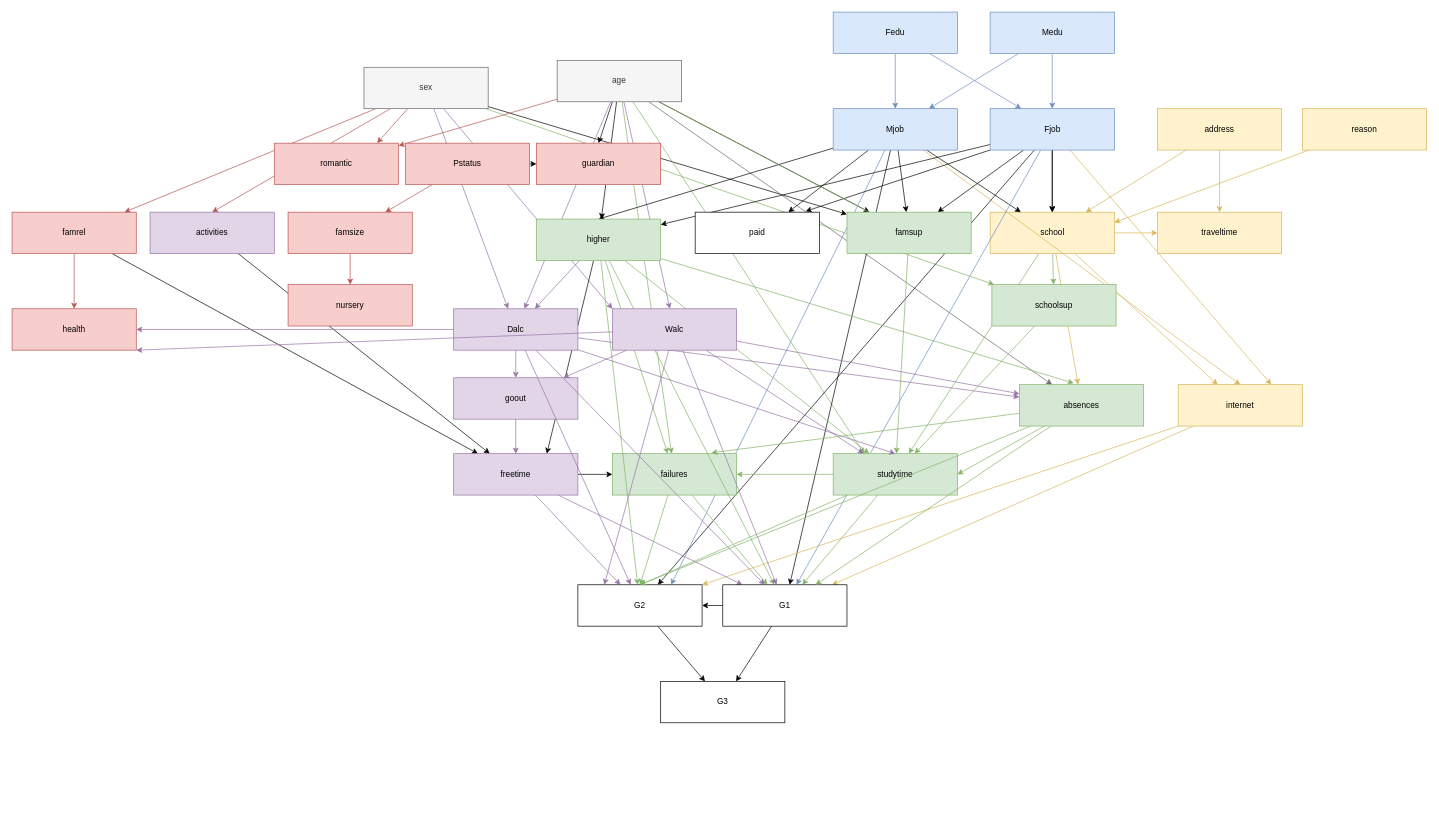
This is page "Page-2" (2 of 5) of doc/graph.drawio from Super-T02/ki-bayesian-networks, a draw.io file, before an edit. Source tidied: cells renumbered, new cells numbered last; positions are measured from the earlier drawing's top-left corner, leaving out a move shared by most shapes. Both pictures are drawn from the tidied source at 69%, with x=0, y=0 at pixel (12, 12).
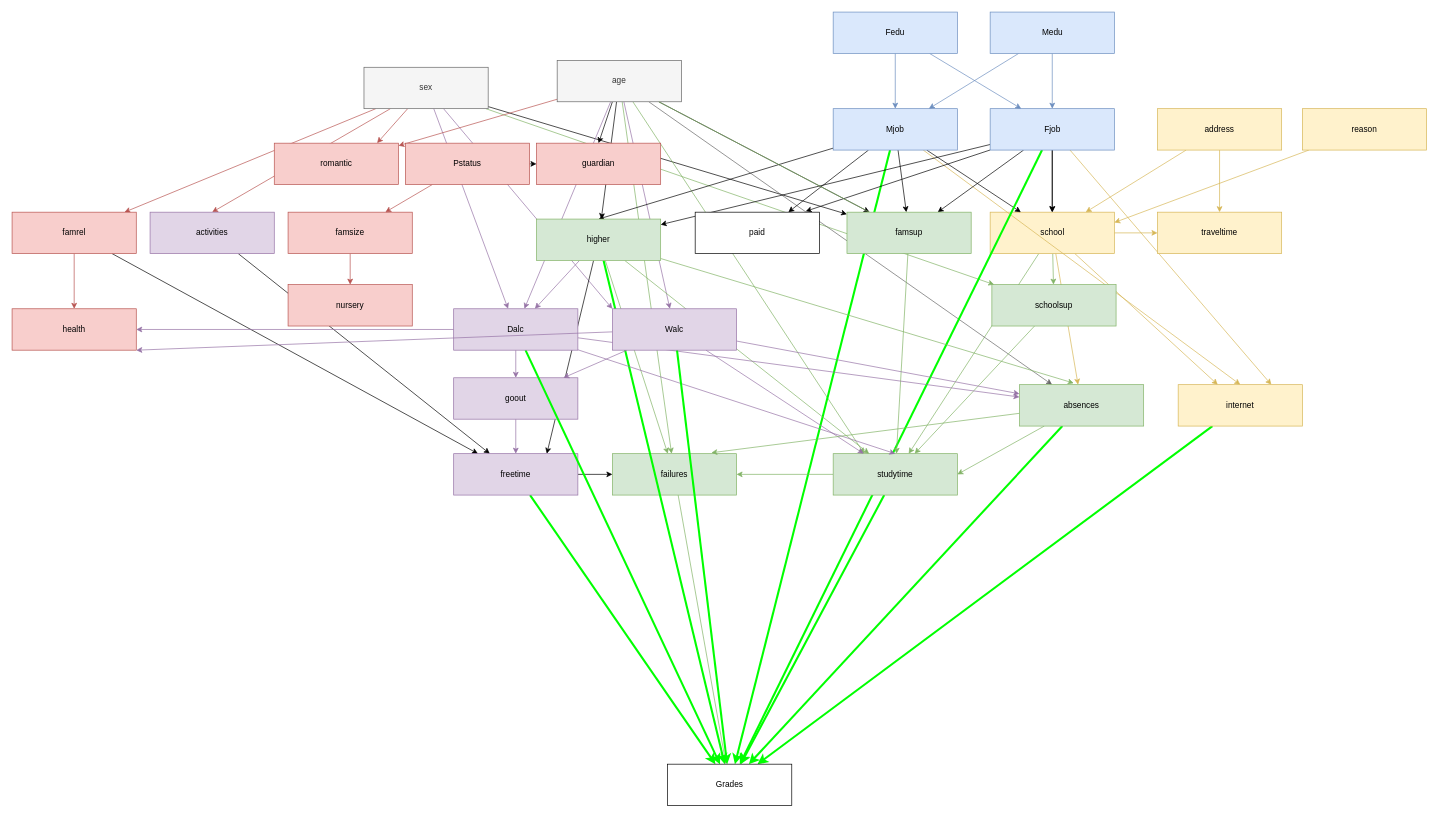
After the change.

Unchanged cells that the change refers to:
```xml
<mxCell id="41" value="Mjob" style="rounded=0;whiteSpace=wrap;html=1;fillColor=#dae8fc;strokeColor=#6c8ebf;" parent="1" vertex="1">
  <mxGeometry x="1190" y="140" width="180" height="60" as="geometry" />
</mxCell>
<mxCell id="50" value="Fjob" style="rounded=0;whiteSpace=wrap;html=1;fillColor=#dae8fc;strokeColor=#6c8ebf;" parent="1" vertex="1">
  <mxGeometry x="1417.5" y="140" width="180" height="60" as="geometry" />
</mxCell>
<mxCell id="64" value="studytime" style="rounded=0;whiteSpace=wrap;html=1;fillColor=#d5e8d4;strokeColor=#82b366;" parent="1" vertex="1">
  <mxGeometry x="1190" y="640" width="180" height="60" as="geometry" />
</mxCell>
<mxCell id="67" value="failures" style="rounded=0;whiteSpace=wrap;html=1;fillColor=#d5e8d4;strokeColor=#82b366;" parent="1" vertex="1">
  <mxGeometry x="870" y="640" width="180" height="60" as="geometry" />
</mxCell>
<mxCell id="82" value="higher" style="rounded=0;whiteSpace=wrap;html=1;fillColor=#d5e8d4;strokeColor=#82b366;" parent="1" vertex="1">
  <mxGeometry x="760" y="300" width="180" height="60" as="geometry" />
</mxCell>
<mxCell id="85" value="internet" style="rounded=0;whiteSpace=wrap;html=1;fillColor=#fff2cc;strokeColor=#d6b656;" parent="1" vertex="1">
  <mxGeometry x="1690" y="540" width="180" height="60" as="geometry" />
</mxCell>
<mxCell id="93" value="freetime" style="rounded=0;whiteSpace=wrap;html=1;fillColor=#e1d5e7;strokeColor=#9673a6;" parent="1" vertex="1">
  <mxGeometry x="640" y="640" width="180" height="60" as="geometry" />
</mxCell>
<mxCell id="102" value="Dalc" style="rounded=0;whiteSpace=wrap;html=1;fillColor=#e1d5e7;strokeColor=#9673a6;" parent="1" vertex="1">
  <mxGeometry x="640" y="430" width="180" height="60" as="geometry" />
</mxCell>
<mxCell id="109" value="Walc" style="rounded=0;whiteSpace=wrap;html=1;fillColor=#e1d5e7;strokeColor=#9673a6;" parent="1" vertex="1">
  <mxGeometry x="870" y="430" width="180" height="60" as="geometry" />
</mxCell>
<mxCell id="121" value="absences" style="rounded=0;whiteSpace=wrap;html=1;fillColor=#d5e8d4;strokeColor=#82b366;" parent="1" vertex="1">
  <mxGeometry x="1460" y="540" width="180" height="60" as="geometry" />
</mxCell>
```

The edit, as a diff of the source:
```diff
@@
-    <mxCell id="39" style="edgeStyle=none;rounded=0;jettySize=auto;html=1;entryX=0.75;entryY=0;entryDx=0;entryDy=0;fillColor=#dae8fc;strokeColor=#6c8ebf;" parent="1" edge="1" source="41" target="115">
-      <mxGeometry relative="1" as="geometry" />
-    </mxCell>
-    <mxCell id="40" style="edgeStyle=none;rounded=0;jettySize=auto;html=1;" parent="1" edge="1" source="41" target="113">
+    <mxCell id="40" style="edgeStyle=none;rounded=0;jettySize=auto;html=1;strokeColor=#00FF00;strokeWidth=3;" parent="1" edge="1" source="41" target="113">
       <mxGeometry relative="1" as="geometry" />
     </mxCell>
@@
-    <mxCell id="48" style="edgeStyle=none;rounded=0;jettySize=auto;html=1;fillColor=#dae8fc;strokeColor=#6c8ebf;" parent="1" edge="1" source="50" target="113">
+    <mxCell id="48" style="edgeStyle=none;rounded=0;jettySize=auto;html=1;fillColor=#dae8fc;strokeColor=#00FF00;strokeWidth=3;" parent="1" edge="1" source="50" target="113">
       <mxGeometry relative="1" as="geometry" />
     </mxCell>
-    <mxCell id="49" style="edgeStyle=none;rounded=0;jettySize=auto;html=1;" parent="1" edge="1" source="50" target="115">
-      <mxGeometry relative="1" as="geometry" />
-    </mxCell>
@@
-    <mxCell id="62" style="edgeStyle=none;rounded=0;jettySize=auto;html=1;fillColor=#d5e8d4;strokeColor=#82b366;" parent="1" edge="1" source="64" target="113">
+    <mxCell id="62" style="edgeStyle=none;rounded=0;jettySize=auto;html=1;fillColor=#d5e8d4;strokeColor=#00FF00;strokeWidth=3;" parent="1" edge="1" source="64" target="113">
       <mxGeometry relative="1" as="geometry" />
     </mxCell>
-    <mxCell id="63" style="edgeStyle=none;rounded=0;jettySize=auto;html=1;entryX=0.5;entryY=0;entryDx=0;entryDy=0;fillColor=#d5e8d4;strokeColor=#82b366;" parent="1" edge="1" source="64" target="115">
-      <mxGeometry relative="1" as="geometry" />
-    </mxCell>
@@
-    <mxCell id="65" style="edgeStyle=none;rounded=0;jettySize=auto;html=1;entryX=0.5;entryY=0;entryDx=0;entryDy=0;fillColor=#d5e8d4;strokeColor=#82b366;" parent="1" edge="1" source="67" target="115">
-      <mxGeometry relative="1" as="geometry" />
-    </mxCell>
@@
-    <mxCell id="80" style="edgeStyle=none;rounded=0;jettySize=auto;html=1;fillColor=#d5e8d4;strokeColor=#82b366;" parent="1" edge="1" source="82" target="115">
-      <mxGeometry relative="1" as="geometry" />
-    </mxCell>
-    <mxCell id="81" style="edgeStyle=none;rounded=0;jettySize=auto;html=1;fillColor=#d5e8d4;strokeColor=#82b366;" parent="1" edge="1" source="82" target="113">
+    <mxCell id="81" style="edgeStyle=none;rounded=0;jettySize=auto;html=1;fillColor=#d5e8d4;strokeColor=#00FF00;strokeWidth=3;" parent="1" edge="1" source="82" target="113">
       <mxGeometry relative="1" as="geometry" />
     </mxCell>
@@
-    <mxCell id="83" style="edgeStyle=none;rounded=0;jettySize=auto;html=1;fillColor=#fff2cc;strokeColor=#d6b656;" parent="1" edge="1" source="85" target="115">
-      <mxGeometry relative="1" as="geometry" />
-    </mxCell>
-    <mxCell id="84" style="edgeStyle=none;rounded=0;jettySize=auto;html=1;fillColor=#fff2cc;strokeColor=#d6b656;" parent="1" edge="1" source="85" target="113">
+    <mxCell id="84" style="edgeStyle=none;rounded=0;jettySize=auto;html=1;fillColor=#fff2cc;strokeColor=#00FF00;strokeWidth=3;" parent="1" edge="1" source="85" target="113">
       <mxGeometry relative="1" as="geometry" />
     </mxCell>
@@
-    <mxCell id="91" style="edgeStyle=none;rounded=0;jettySize=auto;html=1;fillColor=#e1d5e7;strokeColor=#9673a6;" parent="1" edge="1" source="93" target="115">
-      <mxGeometry relative="1" as="geometry" />
-    </mxCell>
-    <mxCell id="92" style="edgeStyle=none;rounded=0;jettySize=auto;html=1;fillColor=#e1d5e7;strokeColor=#9673a6;" parent="1" edge="1" source="93" target="113">
+    <mxCell id="92" style="edgeStyle=none;rounded=0;jettySize=auto;html=1;fillColor=#e1d5e7;strokeColor=#00FF00;strokeWidth=3;" parent="1" edge="1" source="93" target="113">
       <mxGeometry relative="1" as="geometry" />
     </mxCell>
@@
-    <mxCell id="100" style="edgeStyle=none;rounded=0;jettySize=auto;html=1;fillColor=#e1d5e7;strokeColor=#9673a6;" parent="1" edge="1" source="102" target="113">
+    <mxCell id="100" style="edgeStyle=none;rounded=0;jettySize=auto;html=1;fillColor=#e1d5e7;strokeColor=#00FF00;strokeWidth=3;" parent="1" edge="1" source="102" target="113">
       <mxGeometry relative="1" as="geometry" />
     </mxCell>
-    <mxCell id="101" style="edgeStyle=none;rounded=0;jettySize=auto;html=1;fillColor=#e1d5e7;strokeColor=#9673a6;" parent="1" edge="1" source="102" target="115">
-      <mxGeometry relative="1" as="geometry" />
-    </mxCell>
@@
-    <mxCell id="107" style="edgeStyle=none;rounded=0;jettySize=auto;html=1;entryX=0.213;entryY=-0.002;entryDx=0;entryDy=0;entryPerimeter=0;fillColor=#e1d5e7;strokeColor=#9673a6;" parent="1" edge="1" source="109" target="115">
-      <mxGeometry relative="1" as="geometry" />
-    </mxCell>
-    <mxCell id="108" style="edgeStyle=none;rounded=0;jettySize=auto;html=1;fillColor=#e1d5e7;strokeColor=#9673a6;" parent="1" edge="1" source="109" target="113">
+    <mxCell id="108" style="edgeStyle=none;rounded=0;jettySize=auto;html=1;fillColor=#e1d5e7;strokeColor=#00FF00;strokeWidth=3;" parent="1" edge="1" source="109" target="113">
       <mxGeometry relative="1" as="geometry" />
     </mxCell>
@@
-    <mxCell id="111" style="edgeStyle=none;rounded=0;jettySize=auto;html=1;startArrow=none;startFill=0;" parent="1" edge="1" source="113" target="116">
-      <mxGeometry relative="1" as="geometry" />
-    </mxCell>
-    <mxCell id="112" style="edgeStyle=none;rounded=0;jettySize=auto;html=1;" parent="1" edge="1" source="113" target="115">
-      <mxGeometry relative="1" as="geometry" />
-    </mxCell>
-    <mxCell id="113" value="G1" style="rounded=0;whiteSpace=wrap;html=1;" parent="1" vertex="1">
-      <mxGeometry x="1030" y="830" width="180" height="60" as="geometry" />
+    <mxCell id="113" value="Grades" style="rounded=0;whiteSpace=wrap;html=1;" parent="1" vertex="1">
+      <mxGeometry x="950" y="1090" width="180" height="60" as="geometry" />
     </mxCell>
-    <mxCell id="114" style="edgeStyle=none;rounded=0;jettySize=auto;html=1;startArrow=none;startFill=0;" parent="1" edge="1" source="115" target="116">
-      <mxGeometry relative="1" as="geometry" />
-    </mxCell>
-    <mxCell id="115" value="G2" style="rounded=0;whiteSpace=wrap;html=1;" parent="1" vertex="1">
-      <mxGeometry x="820" y="830" width="180" height="60" as="geometry" />
-    </mxCell>
-    <mxCell id="116" value="G3" style="rounded=0;whiteSpace=wrap;html=1;" parent="1" vertex="1">
-      <mxGeometry x="940" y="970" width="180" height="60" as="geometry" />
-    </mxCell>
@@
-    <mxCell id="119" style="edgeStyle=none;rounded=0;jettySize=auto;html=1;fillColor=#d5e8d4;strokeColor=#82b366;" parent="1" edge="1" source="121" target="113">
+    <mxCell id="119" style="edgeStyle=none;rounded=0;jettySize=auto;html=1;fillColor=#d5e8d4;strokeColor=#00FF00;strokeWidth=3;" parent="1" edge="1" source="121" target="113">
       <mxGeometry relative="1" as="geometry" />
     </mxCell>
-    <mxCell id="120" style="edgeStyle=none;rounded=0;jettySize=auto;html=1;entryX=0.5;entryY=0;entryDx=0;entryDy=0;fillColor=#d5e8d4;strokeColor=#82b366;" parent="1" edge="1" source="121" target="115">
-      <mxGeometry relative="1" as="geometry" />
-    </mxCell>
```
